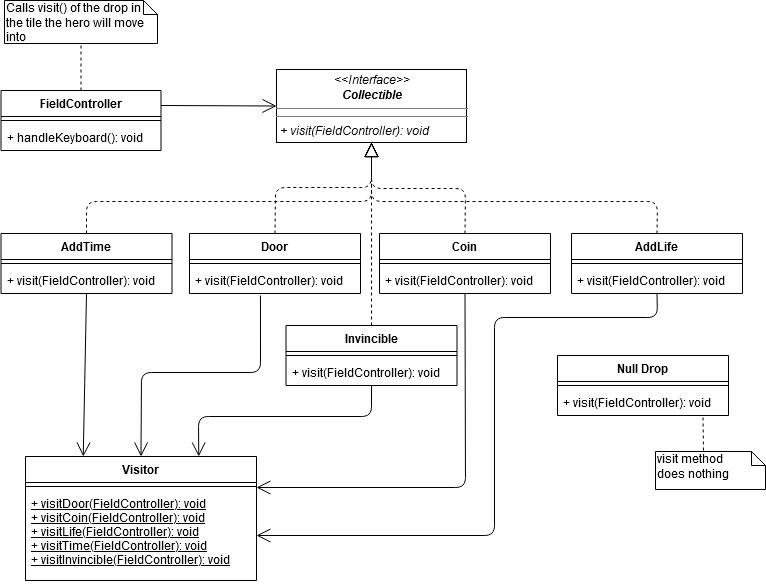
Before: docs/UML/Visitor.png, a diagram exported from draw.io (rocas777/Bomberman). Source tidied: cells renumbered, new cells last; positions are measured from the earlier drawing's top-left corner, leaving out a move shared by most shapes.
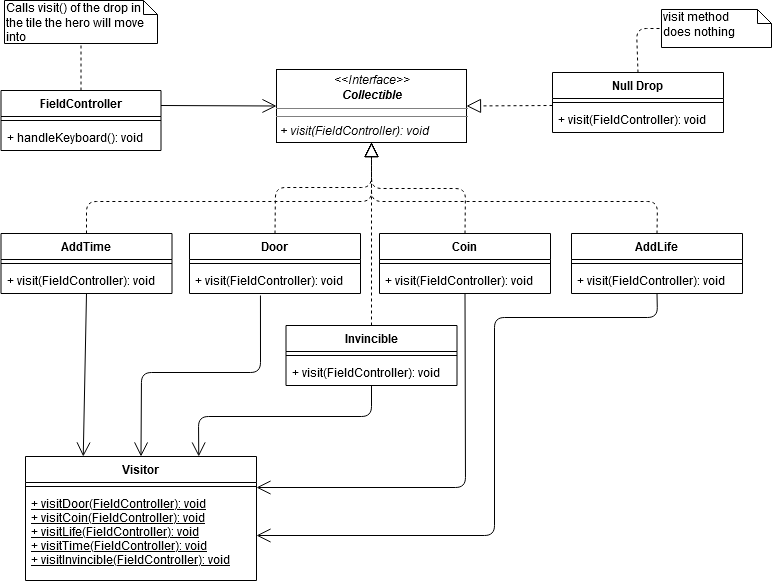
Later version of the same file.

The edit, as a diff of the source:
```diff
@@ -3,10 +3,14 @@
     <mxCell id="0" />
     <mxCell id="1" parent="0" />
     <mxCell id="2" value="&lt;div&gt;visit method&lt;/div&gt;&lt;div&gt;does nothing&lt;br&gt;&lt;/div&gt;" style="shape=note;whiteSpace=wrap;html=1;size=14;verticalAlign=top;align=left;spacingTop=-6;fontColor=#000000;" parent="1" vertex="1">
-      <mxGeometry x="655" y="451" width="110" height="38" as="geometry" />
+      <mxGeometry x="661" y="9" width="110" height="38" as="geometry" />
     </mxCell>
-    <mxCell id="3" style="endArrow=none;dashed=1;html=1;fontColor=#000000;entryX=0;entryY=0;entryDx=48;entryDy=0;entryPerimeter=0;exitX=0.851;exitY=1.077;exitDx=0;exitDy=0;exitPerimeter=0;" parent="1" edge="1" source="41" target="2">
-      <mxGeometry relative="1" as="geometry" />
+    <mxCell id="3" style="endArrow=none;dashed=1;html=1;fontColor=#000000;entryX=0;entryY=0.5;entryDx=0;entryDy=0;entryPerimeter=0;exitX=0.5;exitY=0;exitDx=0;exitDy=0;" parent="1" edge="1" source="39" target="2">
+      <mxGeometry relative="1" as="geometry">
+        <Array as="points">
+          <mxPoint x="636" y="28" />
+        </Array>
+      </mxGeometry>
     </mxCell>
     <mxCell id="4" value="&lt;p style=&quot;margin: 0px ; margin-top: 4px ; text-align: center&quot;&gt;&lt;i&gt;&amp;lt;&amp;lt;Interface&amp;gt;&amp;gt;&lt;/i&gt;&lt;br&gt;&lt;i&gt;&lt;b&gt;Collectible&lt;/b&gt;&lt;/i&gt;&lt;/p&gt;&lt;hr size=&quot;1&quot;&gt;&lt;hr size=&quot;1&quot;&gt;&lt;p style=&quot;margin: 0px ; margin-left: 4px&quot;&gt;&lt;i&gt;+ visit(FieldController): void&lt;br&gt;&lt;/i&gt;&lt;/p&gt;" style="verticalAlign=top;align=left;overflow=fill;fontSize=12;fontFamily=Helvetica;html=1;" parent="1" vertex="1">
       <mxGeometry x="276" y="69" width="190" height="73" as="geometry" />
@@ -154,7 +158,7 @@
       </mxGeometry>
     </mxCell>
     <mxCell id="39" value="Null Drop" style="swimlane;fontStyle=1;align=center;verticalAlign=top;horizontal=1;startSize=26;fontColor=#000000;" parent="1" vertex="1">
-      <mxGeometry x="557" y="355" width="171" height="60" as="geometry" />
+      <mxGeometry x="552" y="72" width="171" height="60" as="geometry" />
     </mxCell>
     <mxCell id="40" style="line;strokeWidth=1;fillColor=none;align=left;verticalAlign=middle;spacingTop=-1;spacingLeft=3;spacingRight=3;labelPosition=right;" parent="39" vertex="1">
       <mxGeometry y="26" width="171" height="8" as="geometry" />
@@ -162,5 +166,8 @@
     <mxCell id="41" value="+ visit(FieldController): void" style="text;strokeColor=none;fillColor=none;align=left;verticalAlign=top;spacingLeft=4;spacingRight=4;overflow=hidden;points=[[0,0.5],[1,0.5]];portConstraint=eastwest;" parent="39" vertex="1">
       <mxGeometry y="34" width="171" height="26" as="geometry" />
     </mxCell>
+    <mxCell id="42" style="endArrow=block;dashed=1;endFill=0;endSize=12;html=1;entryX=1;entryY=0.5;entryDx=0;entryDy=0;exitX=0;exitY=-0.038;exitDx=0;exitDy=0;exitPerimeter=0;" parent="1" edge="1" source="41" target="4">
+      <mxGeometry relative="1" as="geometry" />
+    </mxCell>
   </root>
 </mxGraphModel>
```
